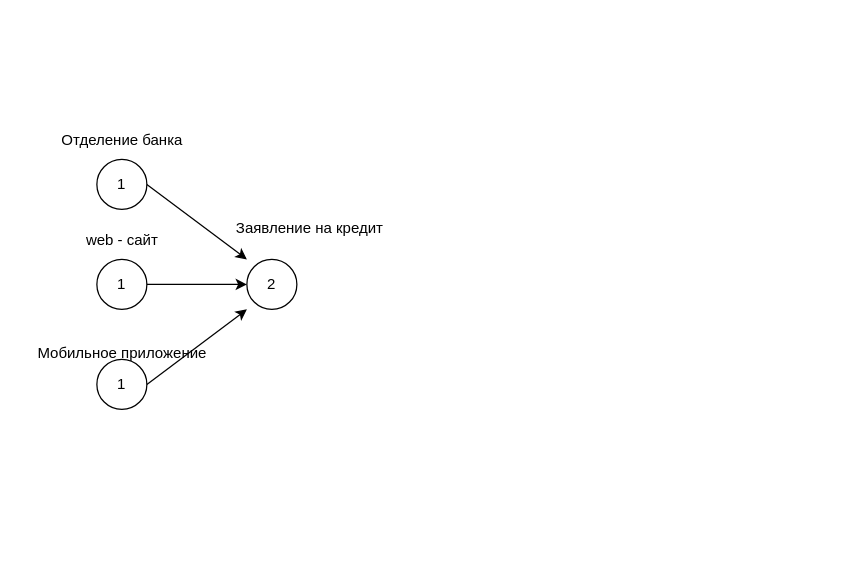
Earlier version of the draw.io diagram draw.io/Диаграмма без названия.drawio (Sampler13/other). Source tidied: cells renumbered, new cells numbered last; positions are measured from the earlier drawing's top-left corner, leaving out a move shared by most shapes. Both pictures are drawn from the tidied source at 125%, with x=0, y=0 at pixel (21, 121).
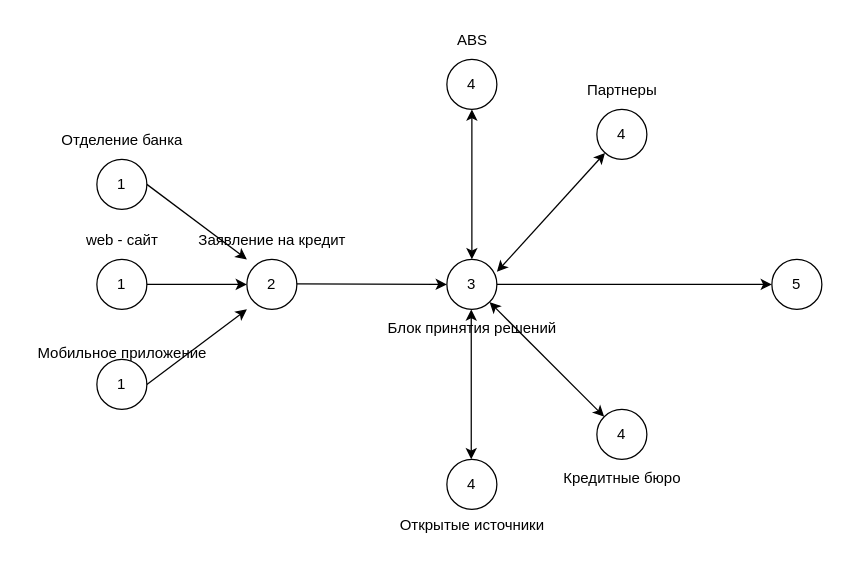
The same page after the edit.

Commit message:
Кредитный процесс банка.drawio

The edit, as a diff of the source:
```diff
@@
-    <mxCell id="12" value="Заявление на кредит" style="text;html=1;align=center;verticalAlign=middle;strokeColor=none;fillColor=none;" parent="1" vertex="1">
-      <mxGeometry x="160" y="70" width="140" height="30" as="geometry" />
+    <mxCell id="12" value="Заявление на кредит" style="text;html=1;align=center;verticalAlign=middle;fontColor=default;" parent="1" vertex="1">
+      <mxGeometry x="130" y="80" width="140" height="30" as="geometry" />
     </mxCell>
+    <mxCell id="13" style="endArrow=classic;html=1;rounded=0;exitX=1;exitY=0.5;exitDx=0;exitDy=0;" parent="1" edge="1" target="14">
+      <mxGeometry relative="1" as="geometry">
+        <mxPoint x="220" y="129.5" as="sourcePoint" />
+        <Array as="points">
+          <mxPoint x="340" y="130" />
+        </Array>
+      </mxGeometry>
+    </mxCell>
+    <mxCell id="14" value="3" style="ellipse;whiteSpace=wrap;html=1;" parent="1" vertex="1">
+      <mxGeometry x="340" y="110" width="40" height="40" as="geometry" />
+    </mxCell>
+    <mxCell id="15" value="Блок принятия решений" style="text;html=1;align=center;verticalAlign=middle;strokeColor=none;fillColor=none;" parent="1" vertex="1">
+      <mxGeometry x="280" y="150" width="160" height="30" as="geometry" />
+    </mxCell>
+    <mxCell id="16" value="4" style="ellipse;whiteSpace=wrap;html=1;" parent="1" vertex="1">
+      <mxGeometry x="340" y="-50" width="40" height="40" as="geometry" />
+    </mxCell>
+    <mxCell id="17" value="4" style="ellipse;whiteSpace=wrap;html=1;" parent="1" vertex="1">
+      <mxGeometry x="460" y="-10" width="40" height="40" as="geometry" />
+    </mxCell>
+    <mxCell id="18" value="4" style="ellipse;whiteSpace=wrap;html=1;" parent="1" vertex="1">
+      <mxGeometry x="340" y="270" width="40" height="40" as="geometry" />
+    </mxCell>
+    <mxCell id="19" value="4" style="ellipse;whiteSpace=wrap;html=1;" parent="1" vertex="1">
+      <mxGeometry x="460" y="230" width="40" height="40" as="geometry" />
+    </mxCell>
+    <mxCell id="20" style="endArrow=classic;startArrow=classic;html=1;rounded=0;exitX=0.5;exitY=0;exitDx=0;exitDy=0;entryX=0.5;entryY=1;entryDx=0;entryDy=0;" parent="1" edge="1" source="14" target="16">
+      <mxGeometry relative="1" as="geometry" />
+    </mxCell>
+    <mxCell id="21" style="endArrow=classic;startArrow=classic;html=1;rounded=0;" parent="1" edge="1" target="17">
+      <mxGeometry relative="1" as="geometry">
+        <mxPoint x="380" y="120" as="sourcePoint" />
+      </mxGeometry>
+    </mxCell>
+    <mxCell id="22" style="endArrow=classic;startArrow=classic;html=1;rounded=0;exitX=1;exitY=1;exitDx=0;exitDy=0;entryX=0;entryY=0;entryDx=0;entryDy=0;" parent="1" edge="1" source="14" target="19">
+      <mxGeometry relative="1" as="geometry" />
+    </mxCell>
+    <mxCell id="23" style="endArrow=classic;startArrow=classic;html=1;rounded=0;exitX=0.5;exitY=0;exitDx=0;exitDy=0;entryX=0.5;entryY=1;entryDx=0;entryDy=0;" parent="1" edge="1">
+      <mxGeometry relative="1" as="geometry">
+        <mxPoint x="359.5" y="270" as="sourcePoint" />
+        <mxPoint x="359.5" y="150" as="targetPoint" />
+      </mxGeometry>
+    </mxCell>
+    <mxCell id="24" value="ABS" style="text;html=1;align=center;verticalAlign=middle;strokeColor=none;fillColor=none;" parent="1" vertex="1">
+      <mxGeometry x="335" y="-80" width="50" height="30" as="geometry" />
+    </mxCell>
+    <mxCell id="25" value="Партнеры" style="text;html=1;align=center;verticalAlign=middle;strokeColor=none;fillColor=none;" parent="1" vertex="1">
+      <mxGeometry x="440" y="-40" width="80" height="30" as="geometry" />
+    </mxCell>
+    <mxCell id="26" value="Кредитные бюро" style="text;html=1;align=center;verticalAlign=middle;strokeColor=none;fillColor=none;" parent="1" vertex="1">
+      <mxGeometry x="420" y="270" width="120" height="30" as="geometry" />
+    </mxCell>
+    <mxCell id="27" value="Открытые источники" style="text;html=1;align=center;verticalAlign=middle;strokeColor=none;fillColor=none;" parent="1" vertex="1">
+      <mxGeometry x="290" y="308" width="140" height="30" as="geometry" />
+    </mxCell>
+    <mxCell id="28" style="endArrow=classic;html=1;rounded=0;exitX=1;exitY=0.5;exitDx=0;exitDy=0;" parent="1" edge="1" source="14">
+      <mxGeometry relative="1" as="geometry">
+        <mxPoint x="600" y="130" as="targetPoint" />
+        <Array as="points">
+          <mxPoint x="600" y="130" />
+        </Array>
+      </mxGeometry>
+    </mxCell>
+    <mxCell id="29" value="5" style="ellipse;whiteSpace=wrap;html=1;" parent="1" vertex="1">
+      <mxGeometry x="600" y="110" width="40" height="40" as="geometry" />
+    </mxCell>
```
